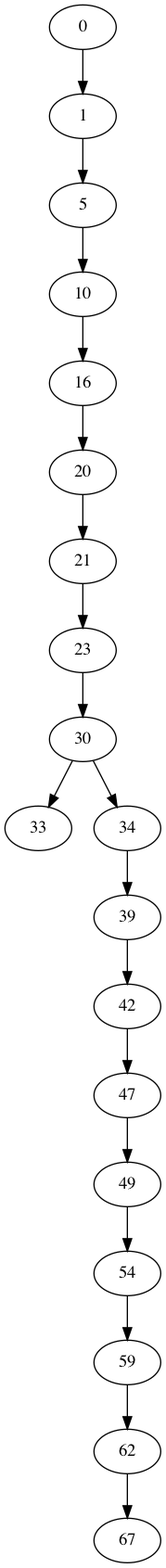
Earlier version of the Graphviz export Assignment 1/tree_0.png (shalabh147/Blockchain-Assignments). Its source is kept beside it as Assignment 1/tree_0.dot. Source of this version:
```dot
digraph D{
0 -> 1
1 -> 5
5 -> 10
10 -> 16
16 -> 20
20 -> 21
21 -> 23
23 -> 30
30 -> 33
30 -> 34
34 -> 39
39 -> 42
42 -> 47
47 -> 49
49 -> 54
54 -> 59
59 -> 62
62 -> 67
}
```
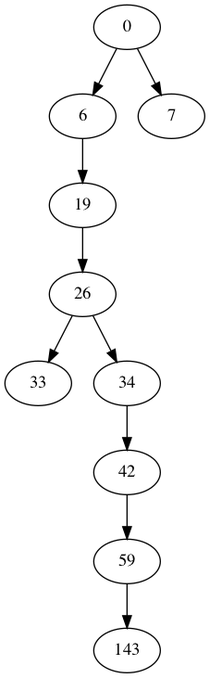
After the commit.

Change to the diagram source:
```diff
@@ -1,20 +1,11 @@
 digraph D{
-0 -> 1
-1 -> 5
-5 -> 10
-10 -> 16
-16 -> 20
-20 -> 21
-21 -> 23
-23 -> 30
-30 -> 33
-30 -> 34
-34 -> 39
-39 -> 42
-42 -> 47
-47 -> 49
-49 -> 54
-54 -> 59
-59 -> 62
-62 -> 67
+0 -> 6
+0 -> 7
+6 -> 19
+19 -> 26
+26 -> 33
+26 -> 34
+34 -> 42
+42 -> 59
+59 -> 143
 }
```
